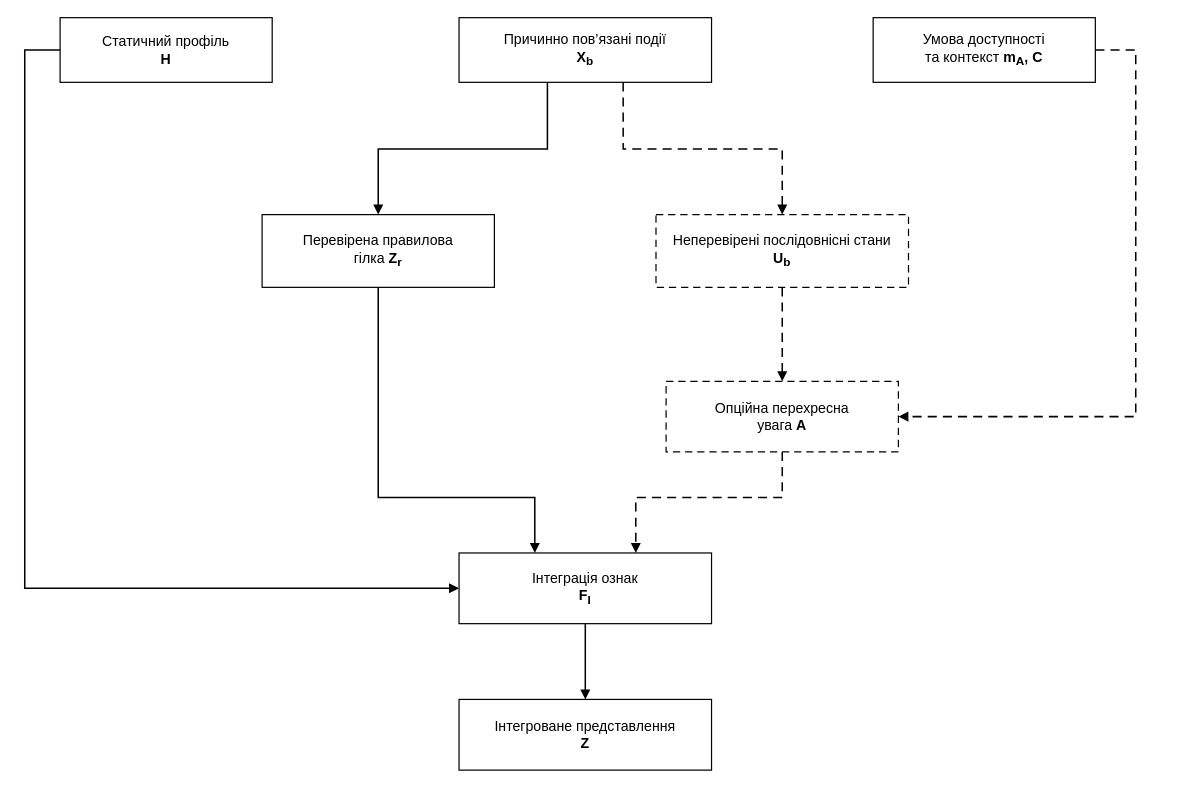
The draw.io diagram title/figures_drawio/fig_3_4_behavior_multimodal_alignment.drawio in oleksandrmelnychenko/dima-phd, before the edit. Source tidied: cells renumbered, new cells numbered last; positions are measured from the earlier drawing's top-left corner, leaving out a move shared by most shapes. Both pictures are drawn from the tidied source at 101%, with x=0, y=0 at pixel (24, 17).
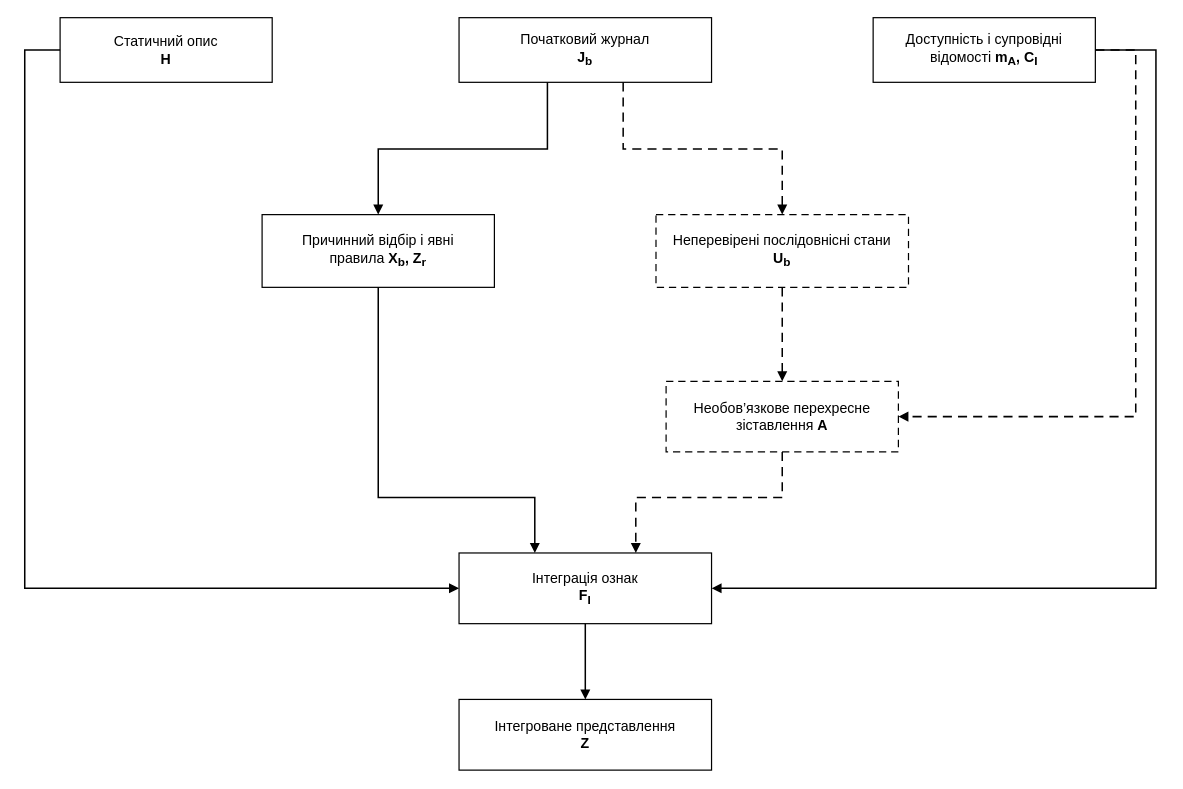
The same diagram, later.

The change refers to these unchanged cells:
```xml
<mxCell id="8" value="Інтеграція ознак&lt;br&gt;&lt;b&gt;F&lt;sub&gt;I&lt;/sub&gt;&lt;/b&gt;" style="rounded=0;whiteSpace=wrap;html=1;fillColor=#ffffff;strokeColor=#000000;strokeWidth=1.2;fontColor=#000000;fontSize=14;align=center;verticalAlign=middle;spacing=8;" parent="1" vertex="1">
  <mxGeometry x="430" y="530" width="250" height="70" as="geometry" />
</mxCell>
```

Change to the diagram source:
```diff
@@
-    <mxCell id="2" value="Статичний профіль&lt;br&gt;&lt;b&gt;H&lt;/b&gt;" style="rounded=0;whiteSpace=wrap;html=1;fillColor=#ffffff;strokeColor=#000000;strokeWidth=1.2;fontColor=#000000;fontSize=14;align=center;verticalAlign=middle;spacing=8;" parent="1" vertex="1">
+    <mxCell id="2" value="Статичний опис&lt;br&gt;&lt;b&gt;H&lt;/b&gt;" style="rounded=0;whiteSpace=wrap;html=1;fillColor=#ffffff;strokeColor=#000000;strokeWidth=1.2;fontColor=#000000;fontSize=14;align=center;verticalAlign=middle;spacing=8;" parent="1" vertex="1">
       <mxGeometry x="35" width="210" height="64" as="geometry" />
     </mxCell>
-    <mxCell id="3" value="Причинно пов’язані події&lt;br&gt;&lt;b&gt;X&lt;sub&gt;b&lt;/sub&gt;&lt;/b&gt;" style="rounded=0;whiteSpace=wrap;html=1;fillColor=#ffffff;strokeColor=#000000;strokeWidth=1.2;fontColor=#000000;fontSize=14;align=center;verticalAlign=middle;spacing=8;" parent="1" vertex="1">
+    <mxCell id="3" value="Початковий журнал&lt;br&gt;&lt;b&gt;J&lt;sub&gt;b&lt;/sub&gt;&lt;/b&gt;" style="rounded=0;whiteSpace=wrap;html=1;fillColor=#ffffff;strokeColor=#000000;strokeWidth=1.2;fontColor=#000000;fontSize=14;align=center;verticalAlign=middle;spacing=8;" parent="1" vertex="1">
       <mxGeometry x="430" width="250" height="64" as="geometry" />
     </mxCell>
-    <mxCell id="4" value="Умова доступності&lt;br&gt;та контекст &lt;b&gt;m&lt;sub&gt;A&lt;/sub&gt;, C&lt;/b&gt;" style="rounded=0;whiteSpace=wrap;html=1;fillColor=#ffffff;strokeColor=#000000;strokeWidth=1.2;fontColor=#000000;fontSize=14;align=center;verticalAlign=middle;spacing=8;" parent="1" vertex="1">
+    <mxCell id="4" value="Доступність і супровідні&lt;br&gt;відомості &lt;b&gt;m&lt;sub&gt;A&lt;/sub&gt;, C&lt;sub&gt;I&lt;/sub&gt;&lt;/b&gt;" style="rounded=0;whiteSpace=wrap;html=1;fillColor=#ffffff;strokeColor=#000000;strokeWidth=1.2;fontColor=#000000;fontSize=14;align=center;verticalAlign=middle;spacing=8;" parent="1" vertex="1">
       <mxGeometry x="840" width="220" height="64" as="geometry" />
     </mxCell>
-    <mxCell id="5" value="Перевірена правилова&lt;br&gt;гілка &lt;b&gt;Z&lt;sub&gt;r&lt;/sub&gt;&lt;/b&gt;" style="rounded=0;whiteSpace=wrap;html=1;fillColor=#ffffff;strokeColor=#000000;strokeWidth=1.2;fontColor=#000000;fontSize=14;align=center;verticalAlign=middle;spacing=8;" parent="1" vertex="1">
+    <mxCell id="5" value="Причинний відбір і явні&lt;br&gt;правила &lt;b&gt;X&lt;sub&gt;b&lt;/sub&gt;, Z&lt;sub&gt;r&lt;/sub&gt;&lt;/b&gt;" style="rounded=0;whiteSpace=wrap;html=1;fillColor=#ffffff;strokeColor=#000000;strokeWidth=1.2;fontColor=#000000;fontSize=14;align=center;verticalAlign=middle;spacing=8;" parent="1" vertex="1">
       <mxGeometry x="235" y="195" width="230" height="72" as="geometry" />
     </mxCell>
@@
-    <mxCell id="7" value="Опційна перехресна&lt;br&gt;увага &lt;b&gt;A&lt;/b&gt;" style="rounded=0;whiteSpace=wrap;html=1;fillColor=#ffffff;strokeColor=#000000;strokeWidth=1.2;fontColor=#000000;fontSize=14;align=center;verticalAlign=middle;spacing=8;dashed=1;dashPattern=6 4;" parent="1" vertex="1">
+    <mxCell id="7" value="Необов’язкове перехресне&lt;br&gt;зіставлення &lt;b&gt;A&lt;/b&gt;" style="rounded=0;whiteSpace=wrap;html=1;fillColor=#ffffff;strokeColor=#000000;strokeWidth=1.2;fontColor=#000000;fontSize=14;align=center;verticalAlign=middle;spacing=8;dashed=1;dashPattern=6 4;" parent="1" vertex="1">
       <mxGeometry x="635" y="360" width="230" height="70" as="geometry" />
     </mxCell>
@@
+    <mxCell id="18" style="edgeStyle=orthogonalEdgeStyle;rounded=0;jettySize=auto;html=1;startArrow=none;endArrow=block;endFill=1;strokeColor=#000000;strokeWidth=1.5;exitX=1;exitY=0.5;exitDx=0;exitDy=0;entryX=1;entryY=0.5;entryDx=0;entryDy=0;" parent="1" edge="1" source="4" target="8">
+      <mxGeometry relative="1" as="geometry">
+        <Array as="points">
+          <mxPoint x="1120" y="32" />
+          <mxPoint x="1120" y="565" />
+        </Array>
+      </mxGeometry>
+    </mxCell>
```
